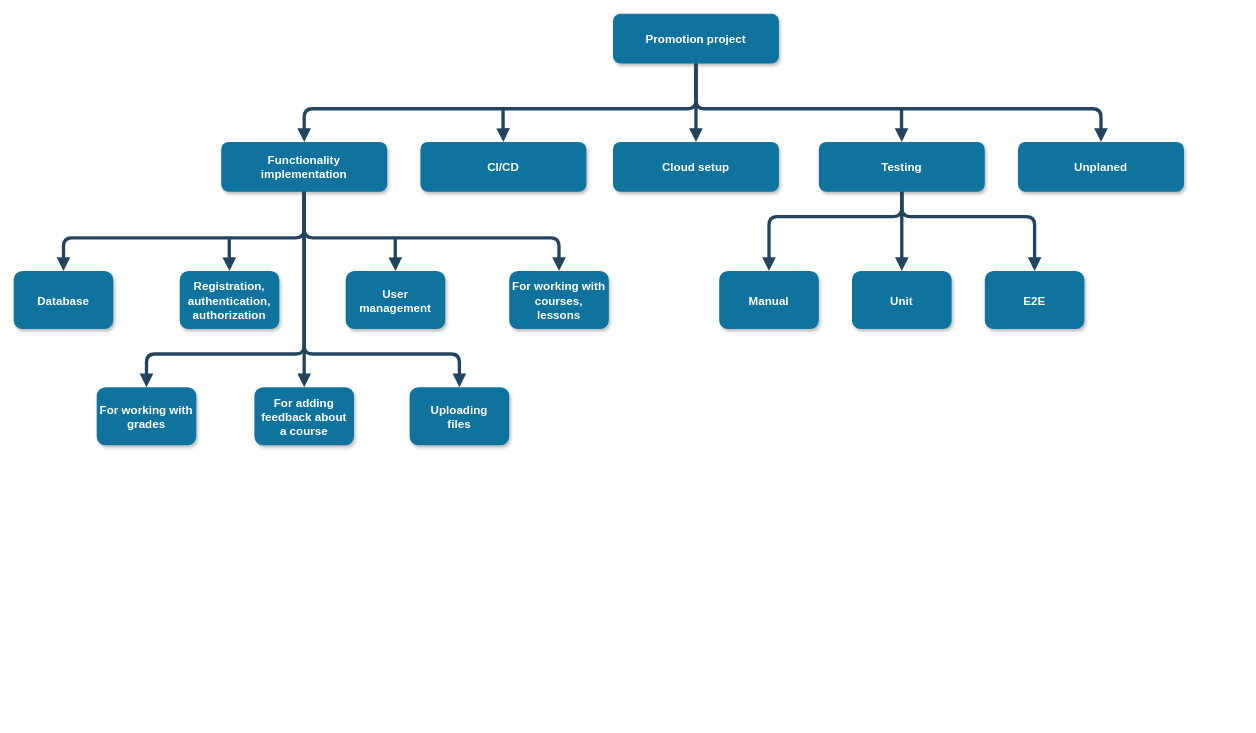
This is Untitled Diagram.drawio from PashaShevchuk/diagrams, a draw.io file, before an edit. Source tidied: cells renumbered, new cells numbered last; positions are measured from the earlier drawing's top-left corner, leaving out a move shared by most shapes. Both pictures are drawn from the tidied source at 83%, with x=0, y=0 at pixel (13, 13).
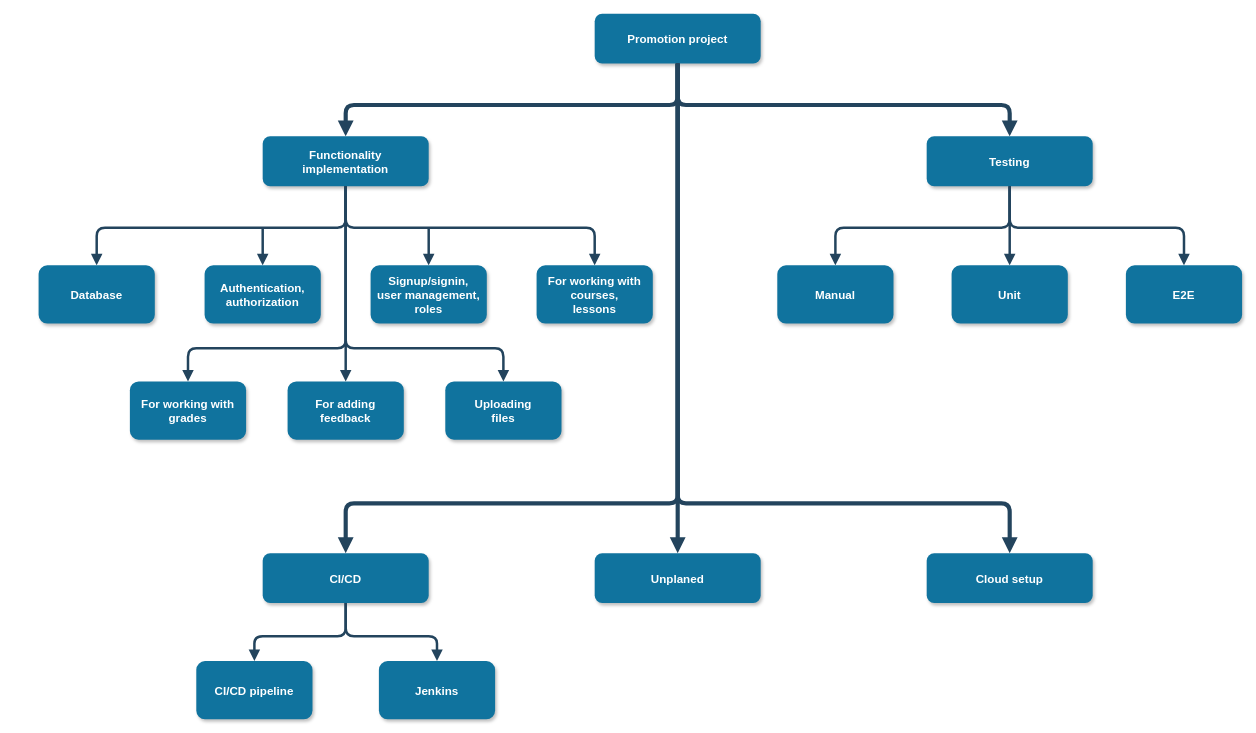
The same diagram, later.

Diff of the diagram source:
```diff
@@
     <mxCell id="2" value="Promotion project" style="rounded=1;fillColor=#10739E;strokeColor=none;shadow=1;gradientColor=none;fontStyle=1;fontColor=#FFFFFF;fontSize=14;" parent="1" vertex="1">
-      <mxGeometry x="722" width="200" height="60" as="geometry" />
+      <mxGeometry x="700" width="200" height="60" as="geometry" />
     </mxCell>
     <mxCell id="3" value="Functionality &#10;implementation" style="rounded=1;fillColor=#10739E;strokeColor=none;shadow=1;gradientColor=none;fontStyle=1;fontColor=#FFFFFF;fontSize=14;" parent="1" vertex="1">
-      <mxGeometry x="250" y="154.5" width="200" height="60" as="geometry" />
+      <mxGeometry x="300" y="147.8" width="200" height="60" as="geometry" />
     </mxCell>
     <mxCell id="4" value="CI/CD" style="rounded=1;fillColor=#10739E;strokeColor=none;shadow=1;gradientColor=none;fontStyle=1;fontColor=#FFFFFF;fontSize=14;" parent="1" vertex="1">
-      <mxGeometry x="490" y="154.5" width="200" height="60" as="geometry" />
+      <mxGeometry x="300" y="650" width="200" height="60" as="geometry" />
     </mxCell>
     <mxCell id="5" value="Cloud setup" style="rounded=1;fillColor=#10739E;strokeColor=none;shadow=1;gradientColor=none;fontStyle=1;fontColor=#FFFFFF;fontSize=14;" parent="1" vertex="1">
-      <mxGeometry x="722" y="154.5" width="200" height="60" as="geometry" />
+      <mxGeometry x="1100" y="650" width="200" height="60" as="geometry" />
     </mxCell>
     <mxCell id="6" value="Manual" style="rounded=1;fillColor=#10739E;strokeColor=none;shadow=1;gradientColor=none;fontStyle=1;fontColor=#FFFFFF;fontSize=14;" parent="1" vertex="1">
-      <mxGeometry x="850" y="310" width="120" height="70" as="geometry" />
+      <mxGeometry x="920" y="303.2" width="140" height="70" as="geometry" />
     </mxCell>
-    <mxCell id="7" style="edgeStyle=elbowEdgeStyle;elbow=vertical;strokeWidth=4;endArrow=block;endFill=1;fontStyle=1;strokeColor=#23445D;entryX=0.5;entryY=0;entryDx=0;entryDy=0;" parent="1" edge="1" source="2" target="3">
-      <mxGeometry x="232" y="130" as="geometry">
-        <Array as="points">
-          <mxPoint x="590" y="114.5" />
-        </Array>
-      </mxGeometry>
-    </mxCell>
-    <mxCell id="8" style="edgeStyle=elbowEdgeStyle;elbow=vertical;strokeWidth=4;endArrow=block;endFill=1;fontStyle=1;strokeColor=#23445D;entryX=0.5;entryY=0;entryDx=0;entryDy=0;exitX=0.5;exitY=1;exitDx=0;exitDy=0;" parent="1" edge="1" source="2" target="10">
+    <mxCell id="8" style="edgeStyle=elbowEdgeStyle;elbow=vertical;strokeWidth=5;endArrow=block;endFill=1;fontStyle=1;strokeColor=#23445D;exitX=0.5;exitY=1;exitDx=0;exitDy=0;entryX=0.5;entryY=0;entryDx=0;entryDy=0;" parent="1" edge="1" source="2" target="9">
       <mxGeometry x="230" y="-10" as="geometry">
         <Array as="points">
+          <mxPoint x="900" y="110" />
           <mxPoint x="950" y="114.5" />
           <mxPoint x="820" y="104.5" />
           <mxPoint x="910" y="124.5" />
           <mxPoint x="828" y="104.5" />
         </Array>
       </mxGeometry>
     </mxCell>
     <mxCell id="9" value="Testing" style="rounded=1;fillColor=#10739E;strokeColor=none;shadow=1;gradientColor=none;fontStyle=1;fontColor=#FFFFFF;fontSize=14;" parent="1" vertex="1">
-      <mxGeometry x="970" y="154.5" width="200" height="60" as="geometry" />
+      <mxGeometry x="1100" y="147.8" width="200" height="60" as="geometry" />
     </mxCell>
     <mxCell id="10" value="Unplaned" style="rounded=1;fillColor=#10739E;strokeColor=none;shadow=1;gradientColor=none;fontStyle=1;fontColor=#FFFFFF;fontSize=14;" parent="1" vertex="1">
-      <mxGeometry x="1210" y="154.5" width="200" height="60" as="geometry" />
+      <mxGeometry x="700" y="650" width="200" height="60" as="geometry" />
     </mxCell>
-    <mxCell id="11" style="edgeStyle=elbowEdgeStyle;elbow=vertical;strokeWidth=4;endArrow=block;endFill=1;fontStyle=1;strokeColor=#23445D;entryX=0.5;entryY=0;entryDx=0;entryDy=0;" parent="1" edge="1" target="4">
+    <mxCell id="11" style="edgeStyle=elbowEdgeStyle;elbow=vertical;strokeWidth=5;endArrow=block;endFill=1;fontStyle=1;strokeColor=#23445D;exitX=0.5;exitY=1;exitDx=0;exitDy=0;entryX=0.5;entryY=0;entryDx=0;entryDy=0;" parent="1" edge="1" source="2" target="3">
       <mxGeometry x="159.6" y="-225.5" as="geometry">
-        <mxPoint x="589.6" y="114.5" as="sourcePoint" />
+        <Array as="points">
+          <mxPoint x="350" y="110" />
+        </Array>
       </mxGeometry>
     </mxCell>
-    <mxCell id="12" style="edgeStyle=elbowEdgeStyle;elbow=vertical;strokeWidth=4;endArrow=block;endFill=1;fontStyle=1;strokeColor=#23445D;entryX=0.5;entryY=0;entryDx=0;entryDy=0;exitX=0.5;exitY=1;exitDx=0;exitDy=0;" parent="1" edge="1" source="2" target="5">
-      <mxGeometry x="391.8" y="-225.5" as="geometry" />
+    <mxCell id="12" style="edgeStyle=elbowEdgeStyle;elbow=vertical;strokeWidth=5;endArrow=block;endFill=1;fontStyle=1;strokeColor=#23445D;entryX=0.5;entryY=0;entryDx=0;entryDy=0;exitX=0.5;exitY=1;exitDx=0;exitDy=0;" parent="1" edge="1" source="2" target="5">
+      <mxGeometry x="391.8" y="-225.5" as="geometry">
+        <Array as="points">
+          <mxPoint x="820" y="590" />
+          <mxPoint x="910" y="520" />
+        </Array>
+      </mxGeometry>
     </mxCell>
-    <mxCell id="13" style="edgeStyle=elbowEdgeStyle;elbow=vertical;strokeWidth=4;endArrow=block;endFill=1;fontStyle=1;strokeColor=#23445D;entryX=0.5;entryY=0;entryDx=0;entryDy=0;" parent="1" edge="1" target="9">
-      <mxGeometry x="639.7" y="-225.5" as="geometry">
-        <mxPoint x="1069.7" y="114.5" as="sourcePoint" />
-      </mxGeometry>
-    </mxCell>
-    <mxCell id="14" style="edgeStyle=elbowEdgeStyle;elbow=vertical;strokeWidth=4;endArrow=block;endFill=1;fontStyle=1;strokeColor=#23445D;exitX=0.5;exitY=1;exitDx=0;exitDy=0;entryX=0.5;entryY=0;entryDx=0;entryDy=0;" parent="1" edge="1" source="9" target="6">
-      <mxGeometry x="359.5" y="-115.5" as="geometry">
+    <mxCell id="14" style="edgeStyle=elbowEdgeStyle;elbow=vertical;strokeWidth=3;endArrow=block;endFill=1;fontStyle=1;strokeColor=#23445D;exitX=0.5;exitY=1;exitDx=0;exitDy=0;entryX=0.5;entryY=0;entryDx=0;entryDy=0;" parent="1" edge="1" source="9" target="6">
+      <mxGeometry x="489.5" y="-82.2" as="geometry">
         <Array as="points">
-          <mxPoint x="990" y="244.5" />
+          <mxPoint x="1100" y="257.8" />
+          <mxPoint x="1100" y="267.8" />
+          <mxPoint x="1180" y="257.8" />
+          <mxPoint x="1120" y="277.8" />
         </Array>
       </mxGeometry>
     </mxCell>
     <mxCell id="15" value="Unit" style="rounded=1;fillColor=#10739E;strokeColor=none;shadow=1;gradientColor=none;fontStyle=1;fontColor=#FFFFFF;fontSize=14;" parent="1" vertex="1">
-      <mxGeometry x="1010" y="310" width="120" height="70" as="geometry" />
+      <mxGeometry x="1130" y="303.2" width="140" height="70" as="geometry" />
     </mxCell>
     <mxCell id="16" value="E2E" style="rounded=1;fillColor=#10739E;strokeColor=none;shadow=1;gradientColor=none;fontStyle=1;fontColor=#FFFFFF;fontSize=14;" parent="1" vertex="1">
-      <mxGeometry x="1170" y="310" width="120" height="70" as="geometry" />
+      <mxGeometry x="1340" y="303.2" width="140" height="70" as="geometry" />
     </mxCell>
-    <mxCell id="17" style="edgeStyle=elbowEdgeStyle;elbow=vertical;strokeWidth=4;endArrow=block;endFill=1;fontStyle=1;strokeColor=#23445D;exitX=0.5;exitY=1;exitDx=0;exitDy=0;entryX=0.5;entryY=0;entryDx=0;entryDy=0;" parent="1" edge="1" source="9" target="16">
-      <mxGeometry x="369.5" y="-105.5" as="geometry">
+    <mxCell id="17" style="edgeStyle=elbowEdgeStyle;elbow=vertical;strokeWidth=3;endArrow=block;endFill=1;fontStyle=1;strokeColor=#23445D;exitX=0.5;exitY=1;exitDx=0;exitDy=0;entryX=0.5;entryY=0;entryDx=0;entryDy=0;" parent="1" edge="1" source="9" target="16">
+      <mxGeometry x="499.5" y="-72.2" as="geometry">
         <Array as="points">
-          <mxPoint x="1160" y="244.5" />
+          <mxPoint x="1250" y="257.8" />
+          <mxPoint x="1290" y="277.8" />
         </Array>
       </mxGeometry>
     </mxCell>
-    <mxCell id="18" style="edgeStyle=elbowEdgeStyle;elbow=vertical;strokeWidth=4;endArrow=block;endFill=1;fontStyle=1;strokeColor=#23445D;exitX=0.5;exitY=1;exitDx=0;exitDy=0;entryX=0.5;entryY=0;entryDx=0;entryDy=0;" parent="1" edge="1" source="9" target="15">
-      <mxGeometry x="639.8" y="-105.5" as="geometry" />
+    <mxCell id="18" style="edgeStyle=elbowEdgeStyle;elbow=vertical;strokeWidth=3;endArrow=block;endFill=1;fontStyle=1;strokeColor=#23445D;exitX=0.5;exitY=1;exitDx=0;exitDy=0;entryX=0.5;entryY=0;entryDx=0;entryDy=0;" parent="1" edge="1" source="9" target="15">
+      <mxGeometry x="769.8" y="-72.2" as="geometry">
+        <Array as="points">
+          <mxPoint x="1200" y="237.8" />
+        </Array>
+      </mxGeometry>
     </mxCell>
     <mxCell id="19" value="Database" style="rounded=1;fillColor=#10739E;strokeColor=none;shadow=1;gradientColor=none;fontStyle=1;fontColor=#FFFFFF;fontSize=14;" parent="1" vertex="1">
-      <mxGeometry y="310" width="120" height="70" as="geometry" />
+      <mxGeometry x="30" y="303.2" width="140" height="70" as="geometry" />
     </mxCell>
-    <mxCell id="20" value="User&#10;management" style="rounded=1;fillColor=#10739E;strokeColor=none;shadow=1;gradientColor=none;fontStyle=1;fontColor=#FFFFFF;fontSize=14;" parent="1" vertex="1">
-      <mxGeometry x="400" y="310" width="120" height="70" as="geometry" />
+    <mxCell id="20" value="Signup/signin,&#10;user management,&#10;roles" style="rounded=1;fillColor=#10739E;strokeColor=none;shadow=1;gradientColor=none;fontStyle=1;fontColor=#FFFFFF;fontSize=14;" parent="1" vertex="1">
+      <mxGeometry x="430" y="303.2" width="140" height="70" as="geometry" />
     </mxCell>
-    <mxCell id="21" value="Registration,&#10;authentication,&#10;authorization" style="rounded=1;fillColor=#10739E;strokeColor=none;shadow=1;gradientColor=none;fontStyle=1;fontColor=#FFFFFF;fontSize=14;" parent="1" vertex="1">
-      <mxGeometry x="200" y="310" width="120" height="70" as="geometry" />
+    <mxCell id="21" value="Authentication,&#10;authorization" style="rounded=1;fillColor=#10739E;strokeColor=none;shadow=1;gradientColor=none;fontStyle=1;fontColor=#FFFFFF;fontSize=14;" parent="1" vertex="1">
+      <mxGeometry x="230" y="303.2" width="140" height="70" as="geometry" />
     </mxCell>
     <mxCell id="22" value="For working with&#10;courses,&#10;lessons" style="rounded=1;fillColor=#10739E;strokeColor=none;shadow=1;gradientColor=none;fontStyle=1;fontColor=#FFFFFF;fontSize=14;" parent="1" vertex="1">
-      <mxGeometry x="597" y="310" width="120" height="70" as="geometry" />
+      <mxGeometry x="630" y="303.2" width="140" height="70" as="geometry" />
     </mxCell>
     <mxCell id="23" value="Uploading&#10;files" style="rounded=1;fillColor=#10739E;strokeColor=none;shadow=1;gradientColor=none;fontStyle=1;fontColor=#FFFFFF;fontSize=14;" parent="1" vertex="1">
-      <mxGeometry x="477" y="450" width="120" height="70" as="geometry" />
+      <mxGeometry x="520" y="443.2" width="140" height="70" as="geometry" />
     </mxCell>
     <mxCell id="24" value="For working with&#10;grades" style="rounded=1;fillColor=#10739E;strokeColor=none;shadow=1;gradientColor=none;fontStyle=1;fontColor=#FFFFFF;fontSize=14;" parent="1" vertex="1">
-      <mxGeometry x="100" y="450" width="120" height="70" as="geometry" />
+      <mxGeometry x="140" y="443.2" width="140" height="70" as="geometry" />
     </mxCell>
-    <mxCell id="25" style="edgeStyle=elbowEdgeStyle;elbow=vertical;strokeWidth=4;endArrow=block;endFill=1;fontStyle=1;strokeColor=#23445D;exitX=0.5;exitY=1;exitDx=0;exitDy=0;entryX=0.5;entryY=0;entryDx=0;entryDy=0;" parent="1" edge="1" source="3" target="19">
-      <mxGeometry x="-360.5" y="-110" as="geometry">
+    <mxCell id="25" style="edgeStyle=elbowEdgeStyle;elbow=vertical;strokeWidth=3;endArrow=block;endFill=1;fontStyle=1;strokeColor=#23445D;exitX=0.5;exitY=1;exitDx=0;exitDy=0;entryX=0.5;entryY=0;entryDx=0;entryDy=0;" parent="1" edge="1" source="3" target="19">
+      <mxGeometry x="-310.5" y="-116.8" as="geometry">
         <Array as="points">
-          <mxPoint x="270" y="270" />
+          <mxPoint x="280" y="257.8" />
+          <mxPoint x="320" y="263.2" />
         </Array>
       </mxGeometry>
     </mxCell>
-    <mxCell id="26" style="edgeStyle=elbowEdgeStyle;elbow=vertical;strokeWidth=4;endArrow=block;endFill=1;fontStyle=1;strokeColor=#23445D;entryX=0.5;entryY=0;entryDx=0;entryDy=0;" parent="1" edge="1" target="21">
-      <mxGeometry x="-170.3" y="-70" as="geometry">
-        <mxPoint x="259.7" y="270" as="sourcePoint" />
+    <mxCell id="26" style="edgeStyle=elbowEdgeStyle;elbow=vertical;strokeWidth=3;endArrow=block;endFill=1;fontStyle=1;strokeColor=#23445D;entryX=0.5;entryY=0;entryDx=0;entryDy=0;" parent="1" edge="1" target="21">
+      <mxGeometry x="-120.3" y="-76.8" as="geometry">
+        <mxPoint x="300" y="258" as="sourcePoint" />
       </mxGeometry>
     </mxCell>
-    <mxCell id="27" style="edgeStyle=elbowEdgeStyle;elbow=vertical;strokeWidth=4;endArrow=block;endFill=1;fontStyle=1;strokeColor=#23445D;exitX=0.5;exitY=1;exitDx=0;exitDy=0;entryX=0.5;entryY=0;entryDx=0;entryDy=0;" parent="1" edge="1" source="3" target="22">
-      <mxGeometry x="-90.5" y="-94.5" as="geometry">
+    <mxCell id="27" style="edgeStyle=elbowEdgeStyle;elbow=vertical;strokeWidth=3;endArrow=block;endFill=1;fontStyle=1;strokeColor=#23445D;exitX=0.5;exitY=1;exitDx=0;exitDy=0;entryX=0.5;entryY=0;entryDx=0;entryDy=0;" parent="1" edge="1" source="3" target="22">
+      <mxGeometry x="-40.5" y="-101.2" as="geometry">
         <Array as="points">
-          <mxPoint x="500" y="270" />
+          <mxPoint x="610" y="257.8" />
+          <mxPoint x="550" y="263.2" />
         </Array>
       </mxGeometry>
     </mxCell>
-    <mxCell id="28" style="edgeStyle=elbowEdgeStyle;elbow=vertical;strokeWidth=4;endArrow=block;endFill=1;fontStyle=1;strokeColor=#23445D;entryX=0.5;entryY=0;entryDx=0;entryDy=0;" parent="1" edge="1" target="20">
-      <mxGeometry x="29.7" y="-70" as="geometry">
-        <mxPoint x="459.7" y="270" as="sourcePoint" />
+    <mxCell id="28" style="edgeStyle=elbowEdgeStyle;elbow=vertical;strokeWidth=3;endArrow=block;endFill=1;fontStyle=1;strokeColor=#23445D;entryX=0.5;entryY=0;entryDx=0;entryDy=0;" parent="1" edge="1" target="20">
+      <mxGeometry x="79.7" y="-76.8" as="geometry">
+        <mxPoint x="500" y="258" as="sourcePoint" />
       </mxGeometry>
     </mxCell>
-    <mxCell id="29" style="edgeStyle=elbowEdgeStyle;elbow=vertical;strokeWidth=4;endArrow=block;endFill=1;fontStyle=1;strokeColor=#23445D;exitX=0.5;exitY=1;exitDx=0;exitDy=0;entryX=0.5;entryY=0;entryDx=0;entryDy=0;" parent="1" edge="1" source="3" target="24">
-      <mxGeometry x="-80.3" y="-40" as="geometry">
+    <mxCell id="29" style="edgeStyle=elbowEdgeStyle;elbow=vertical;strokeWidth=3;endArrow=block;endFill=1;fontStyle=1;strokeColor=#23445D;exitX=0.5;exitY=1;exitDx=0;exitDy=0;entryX=0.5;entryY=0;entryDx=0;entryDy=0;" parent="1" edge="1" source="3" target="24">
+      <mxGeometry x="-30.3" y="-46.8" as="geometry">
         <Array as="points">
-          <mxPoint x="350" y="410" />
+          <mxPoint x="400" y="403.2" />
         </Array>
       </mxGeometry>
     </mxCell>
-    <mxCell id="30" style="edgeStyle=elbowEdgeStyle;elbow=vertical;strokeWidth=4;endArrow=block;endFill=1;fontStyle=1;strokeColor=#23445D;exitX=0.5;exitY=1;exitDx=0;exitDy=0;entryX=0.5;entryY=0;entryDx=0;entryDy=0;" parent="1" edge="1" source="3" target="23">
-      <mxGeometry x="-40.3" y="-14.5" as="geometry">
+    <mxCell id="30" style="edgeStyle=elbowEdgeStyle;elbow=vertical;strokeWidth=3;endArrow=block;endFill=1;fontStyle=1;strokeColor=#23445D;exitX=0.5;exitY=1;exitDx=0;exitDy=0;entryX=0.5;entryY=0;entryDx=0;entryDy=0;" parent="1" edge="1" source="3" target="23">
+      <mxGeometry x="9.7" y="-21.2" as="geometry">
         <Array as="points">
-          <mxPoint x="420" y="410" />
+          <mxPoint x="470" y="403.2" />
         </Array>
       </mxGeometry>
     </mxCell>
-    <mxCell id="31" value="For adding &#10;feedback about&#10;a course" style="rounded=1;fillColor=#10739E;strokeColor=none;shadow=1;gradientColor=none;fontStyle=1;fontColor=#FFFFFF;fontSize=14;" parent="1" vertex="1">
-      <mxGeometry x="290" y="450" width="120" height="70" as="geometry" />
+    <mxCell id="31" value="For adding &#10;feedback" style="rounded=1;fillColor=#10739E;strokeColor=none;shadow=1;gradientColor=none;fontStyle=1;fontColor=#FFFFFF;fontSize=14;" parent="1" vertex="1">
+      <mxGeometry x="330" y="443.2" width="140" height="70" as="geometry" />
     </mxCell>
-    <mxCell id="32" style="edgeStyle=elbowEdgeStyle;elbow=vertical;strokeWidth=4;endArrow=block;endFill=1;fontStyle=1;strokeColor=#23445D;entryX=0.5;entryY=0;entryDx=0;entryDy=0;exitX=0.5;exitY=1;exitDx=0;exitDy=0;" parent="1" edge="1" source="3" target="31">
-      <mxGeometry x="-80.2" y="60" as="geometry" />
+    <mxCell id="32" style="edgeStyle=elbowEdgeStyle;elbow=vertical;strokeWidth=3;endArrow=block;endFill=1;fontStyle=1;strokeColor=#23445D;entryX=0.5;entryY=0;entryDx=0;entryDy=0;exitX=0.5;exitY=1;exitDx=0;exitDy=0;" parent="1" edge="1" source="3" target="31">
+      <mxGeometry x="-30.2" y="53.2" as="geometry" />
     </mxCell>
+    <mxCell id="33" value="CI/CD pipeline" style="rounded=1;fillColor=#10739E;strokeColor=none;shadow=1;gradientColor=none;fontStyle=1;fontColor=#FFFFFF;fontSize=14;" parent="1" vertex="1">
+      <mxGeometry x="220" y="780" width="140" height="70" as="geometry" />
+    </mxCell>
+    <mxCell id="34" value="Jenkins" style="rounded=1;fillColor=#10739E;strokeColor=none;shadow=1;gradientColor=none;fontStyle=1;fontColor=#FFFFFF;fontSize=14;" parent="1" vertex="1">
+      <mxGeometry x="440" y="780" width="140" height="70" as="geometry" />
+    </mxCell>
+    <mxCell id="35" style="edgeStyle=elbowEdgeStyle;elbow=vertical;strokeWidth=5;endArrow=block;endFill=1;fontStyle=1;strokeColor=#23445D;exitX=0.5;exitY=1;exitDx=0;exitDy=0;entryX=0.5;entryY=0;entryDx=0;entryDy=0;" parent="1" edge="1" source="2" target="4">
+      <mxGeometry x="89.5" y="280" as="geometry">
+        <Array as="points">
+          <mxPoint x="600" y="590" />
+          <mxPoint x="700" y="630" />
+          <mxPoint x="780" y="620" />
+          <mxPoint x="720" y="640" />
+        </Array>
+      </mxGeometry>
+    </mxCell>
+    <mxCell id="36" style="edgeStyle=elbowEdgeStyle;elbow=vertical;strokeWidth=5;endArrow=block;endFill=1;fontStyle=1;strokeColor=#23445D;exitX=0.5;exitY=1;exitDx=0;exitDy=0;entryX=0.5;entryY=0;entryDx=0;entryDy=0;" parent="1" edge="1" source="2" target="10">
+      <mxGeometry x="369.3" y="254.5" as="geometry">
+        <Array as="points">
+          <mxPoint x="799.5" y="564.5" />
+        </Array>
+      </mxGeometry>
+    </mxCell>
+    <mxCell id="37" style="edgeStyle=elbowEdgeStyle;elbow=vertical;strokeWidth=3;endArrow=block;endFill=1;fontStyle=1;strokeColor=#23445D;exitX=0.5;exitY=1;exitDx=0;exitDy=0;entryX=0.5;entryY=0;entryDx=0;entryDy=0;" parent="1" edge="1" source="4" target="33">
+      <mxGeometry x="-310.5" y="440" as="geometry">
+        <Array as="points">
+          <mxPoint x="360" y="750" />
+          <mxPoint x="360" y="740" />
+          <mxPoint x="390" y="750" />
+          <mxPoint x="360" y="760" />
+          <mxPoint x="360" y="750" />
+          <mxPoint x="270" y="730" />
+          <mxPoint x="300" y="790" />
+          <mxPoint x="380" y="780" />
+          <mxPoint x="320" y="800" />
+        </Array>
+      </mxGeometry>
+    </mxCell>
+    <mxCell id="38" style="edgeStyle=elbowEdgeStyle;elbow=vertical;strokeWidth=3;endArrow=block;endFill=1;fontStyle=1;strokeColor=#23445D;exitX=0.5;exitY=1;exitDx=0;exitDy=0;entryX=0.5;entryY=0;entryDx=0;entryDy=0;" parent="1" edge="1" source="4" target="34">
+      <mxGeometry x="-300.5" y="477.2" as="geometry">
+        <Array as="points">
+          <mxPoint x="420" y="750" />
+          <mxPoint x="440" y="740" />
+          <mxPoint x="440" y="750" />
+          <mxPoint x="410" y="760" />
+          <mxPoint x="430" y="750" />
+          <mxPoint x="410" y="760" />
+          <mxPoint x="560" y="740" />
+          <mxPoint x="490" y="827.2" />
+        </Array>
+      </mxGeometry>
+    </mxCell>
```
